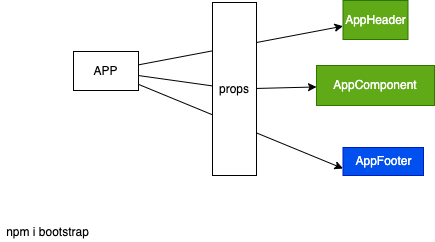
Above: images/day10.drawio.png in adithnaveen/2022-sapient-react-node-graphql (draw.io), before the change. Source tidied: cells renumbered, new cells last; positions are measured from the earlier drawing's top-left corner, leaving out a move shared by most shapes.
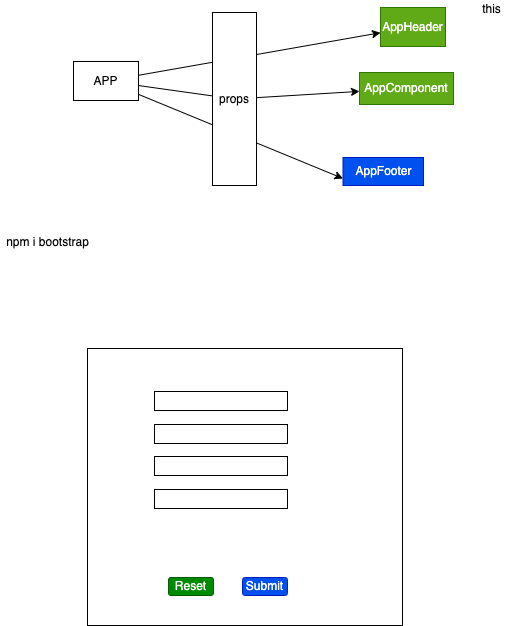
Above is the later version.

Change to the diagram source:
```diff
@@ -15,10 +15,10 @@
       <mxGeometry x="73" y="51" width="65" height="39" as="geometry" />
     </mxCell>
     <mxCell id="6" value="AppHeader" style="rounded=0;whiteSpace=wrap;html=1;fillColor=#60a917;fontColor=#ffffff;strokeColor=#2D7600;" parent="1" vertex="1">
-      <mxGeometry x="342.5" width="65" height="39" as="geometry" />
+      <mxGeometry x="380" y="-3" width="65" height="39" as="geometry" />
     </mxCell>
     <mxCell id="7" value="AppComponent" style="rounded=0;whiteSpace=wrap;html=1;fillColor=#60a917;fontColor=#ffffff;strokeColor=#2D7600;" parent="1" vertex="1">
-      <mxGeometry x="316" y="65" width="118" height="40" as="geometry" />
+      <mxGeometry x="359" y="62" width="94" height="32" as="geometry" />
     </mxCell>
     <mxCell id="8" value="AppFooter" style="rounded=0;whiteSpace=wrap;html=1;fillColor=#0050ef;fontColor=#ffffff;strokeColor=#001DBC;" parent="1" vertex="1">
       <mxGeometry x="342.5" y="147" width="80.5" height="28" as="geometry" />
@@ -32,5 +32,29 @@
     <mxCell id="11" value="npm i bootstrap" style="text;html=1;align=center;verticalAlign=middle;strokeColor=none;fillColor=none;" parent="1" vertex="1">
       <mxGeometry y="223" width="93" height="18" as="geometry" />
     </mxCell>
+    <mxCell id="12" value="this" style="text;html=1;align=center;verticalAlign=middle;strokeColor=none;fillColor=none;" parent="1" vertex="1">
+      <mxGeometry x="476" y="-10" width="29" height="18" as="geometry" />
+    </mxCell>
+    <mxCell id="13" style="rounded=0;whiteSpace=wrap;html=1;" parent="1" vertex="1">
+      <mxGeometry x="87" y="338" width="315" height="277" as="geometry" />
+    </mxCell>
+    <mxCell id="14" value="Reset" style="rounded=1;whiteSpace=wrap;html=1;fillColor=#008a00;fontColor=#ffffff;strokeColor=#005700;" parent="1" vertex="1">
+      <mxGeometry x="168" y="567" width="45" height="18" as="geometry" />
+    </mxCell>
+    <mxCell id="15" value="Submit" style="rounded=1;whiteSpace=wrap;html=1;fillColor=#0050ef;fontColor=#ffffff;strokeColor=#001DBC;" parent="1" vertex="1">
+      <mxGeometry x="242" y="567" width="45" height="18" as="geometry" />
+    </mxCell>
+    <mxCell id="16" style="rounded=0;whiteSpace=wrap;html=1;" parent="1" vertex="1">
+      <mxGeometry x="154" y="381" width="133" height="19" as="geometry" />
+    </mxCell>
+    <mxCell id="17" style="rounded=0;whiteSpace=wrap;html=1;" parent="1" vertex="1">
+      <mxGeometry x="154" y="414" width="133" height="19" as="geometry" />
+    </mxCell>
+    <mxCell id="18" style="rounded=0;whiteSpace=wrap;html=1;" parent="1" vertex="1">
+      <mxGeometry x="154" y="446" width="133" height="19" as="geometry" />
+    </mxCell>
+    <mxCell id="19" style="rounded=0;whiteSpace=wrap;html=1;" parent="1" vertex="1">
+      <mxGeometry x="154" y="479" width="133" height="19" as="geometry" />
+    </mxCell>
   </root>
 </mxGraphModel>
```
